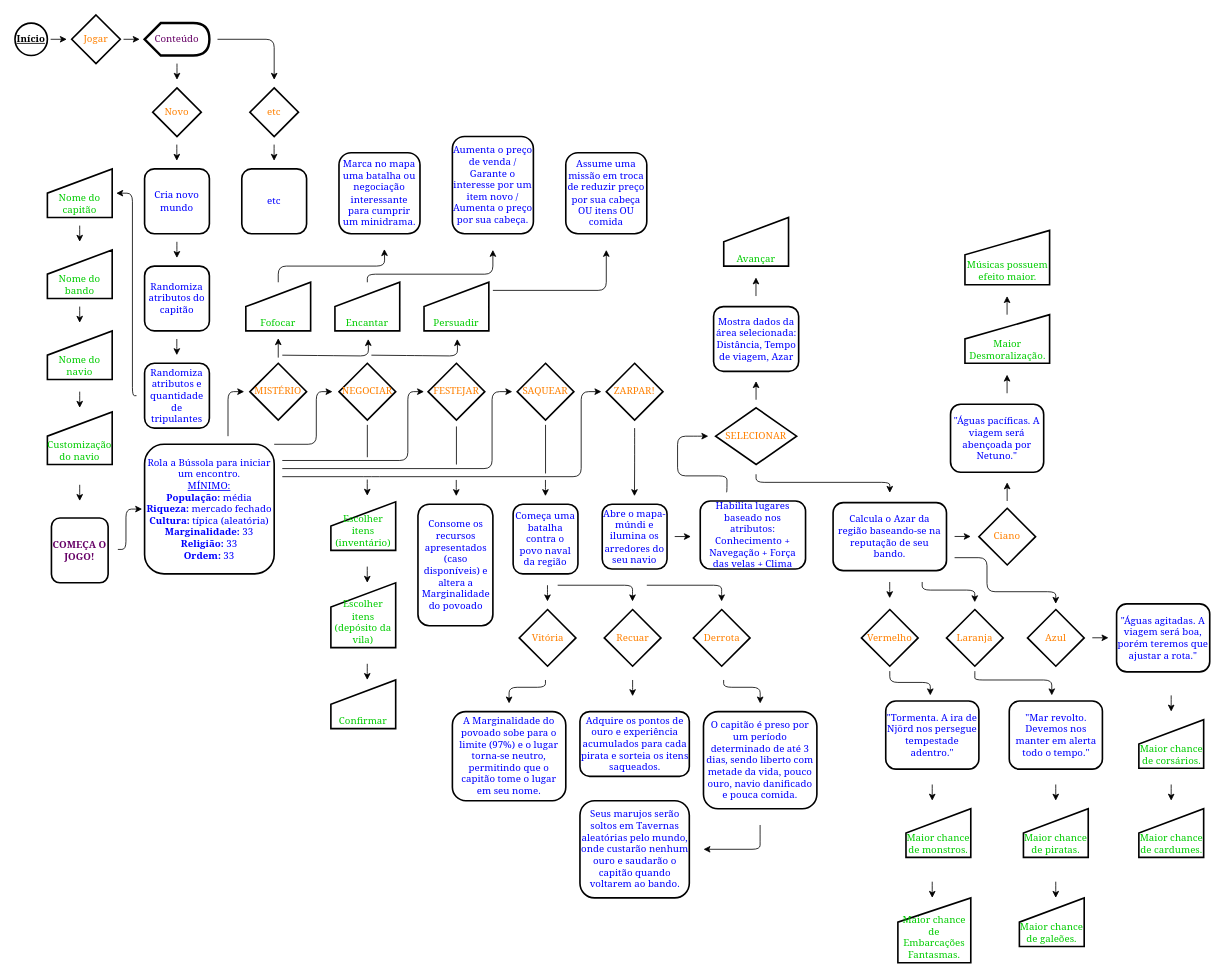
This is teste.drawio from ErosBenkert/LOPR, a draw.io file, before an edit. Source tidied: cells renumbered, new cells numbered last; positions are measured from the earlier drawing's top-left corner, leaving out a move shared by most shapes. Both pictures are drawn from the tidied source at 81%, with x=0, y=0 at pixel (15, 15).
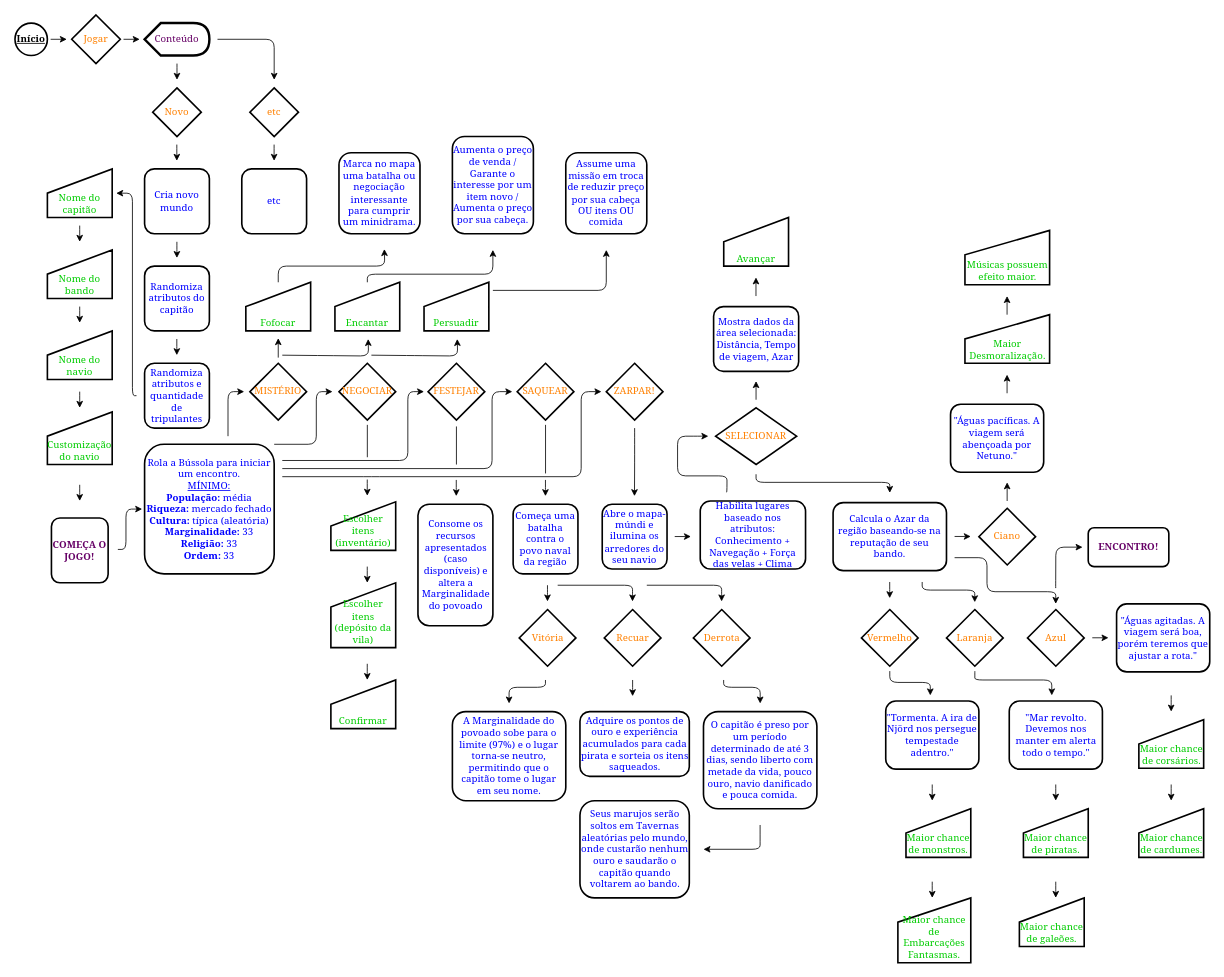
Above is the later version.

Change to the diagram source:
```diff
@@
+    <mxCell id="124" value="&lt;font face=&quot;Georgia&quot;&gt;&lt;b&gt;ENCONTRO!&lt;/b&gt;&lt;br&gt;&lt;/font&gt;" style="rounded=1;whiteSpace=wrap;html=1;strokeColor=#000000;strokeWidth=2;fontColor=#660066;" parent="1" vertex="1">
+      <mxGeometry x="1325" y="633" width="99.5" height="48" as="geometry" />
+    </mxCell>
+    <mxCell id="125" style="edgeStyle=orthogonalEdgeStyle;rounded=1;orthogonalLoop=1;jettySize=auto;html=1;" parent="1" edge="1">
+      <mxGeometry relative="1" as="geometry">
+        <mxPoint x="1284.8" y="707" as="sourcePoint" />
+        <mxPoint x="1318" y="657" as="targetPoint" />
+        <Array as="points">
+          <mxPoint x="1285" y="708" />
+          <mxPoint x="1285" y="657" />
+        </Array>
+      </mxGeometry>
+    </mxCell>
```
